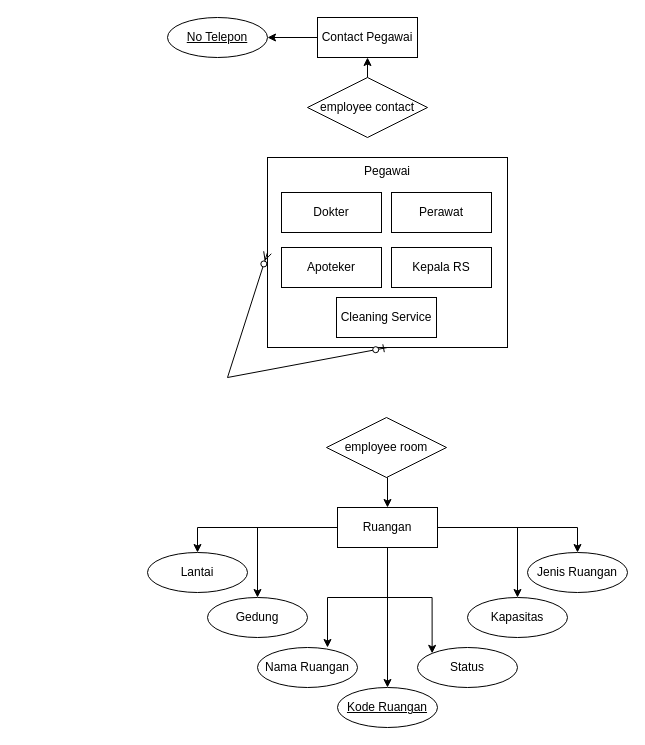
lsawfa/ERD-BasisData keeps this draw.io diagram as Diagram Tanpa Judul.drawio. Above is the earlier version. Source tidied: cells renumbered, new cells numbered last; positions are measured from the earlier drawing's top-left corner, leaving out a move shared by most shapes. Both pictures are drawn from the tidied source at 100%, with x=0, y=0 at pixel (147, 17).
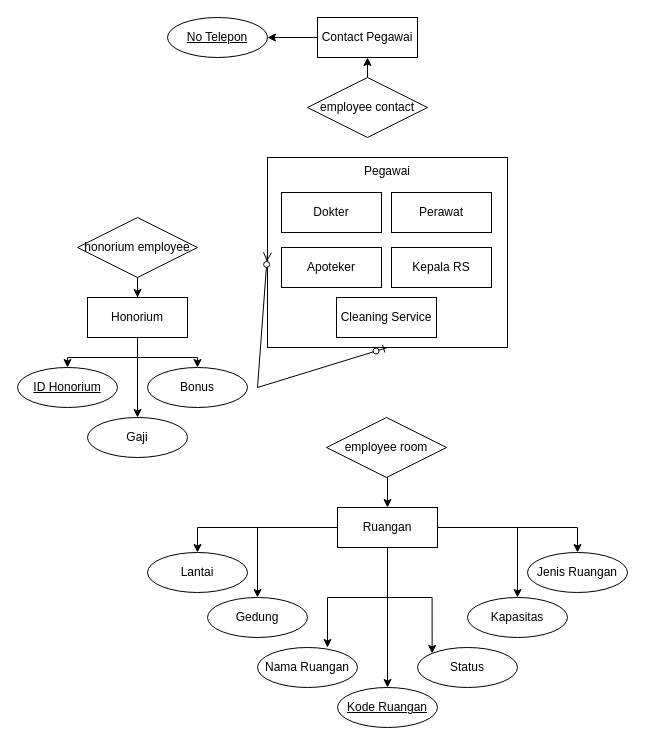
Above is the later version.

The change refers to these unchanged cells:
```xml
<mxCell id="2" value="Pegawai" style="whiteSpace=wrap;html=1;align=center;verticalAlign=top;" parent="1" vertex="1">
  <mxGeometry x="120" y="140" width="240" height="190" as="geometry" />
</mxCell>
```

The edit, as a diff of the source:
```diff
@@
     <mxCell id="8" style="edgeStyle=entityRelationEdgeStyle;fontSize=12;html=1;endArrow=ERzeroToMany;startArrow=ERzeroToOne;rounded=0;exitX=0.5;exitY=1;exitDx=0;exitDy=0;entryX=0;entryY=0.5;entryDx=0;entryDy=0;" parent="1" edge="1" source="2" target="2">
       <mxGeometry relative="1" as="geometry">
         <Array as="points">
-          <mxPoint x="80" y="360" />
+          <mxPoint x="110" y="370" />
         </Array>
       </mxGeometry>
     </mxCell>
@@
+    <mxCell id="31" style="edgeStyle=orthogonalEdgeStyle;rounded=0;jettySize=auto;html=1;" parent="1" edge="1" source="32" target="36">
+      <mxGeometry relative="1" as="geometry" />
+    </mxCell>
+    <mxCell id="32" value="honorium employee" style="shape=rhombus;perimeter=rhombusPerimeter;whiteSpace=wrap;html=1;align=center;" parent="1" vertex="1">
+      <mxGeometry x="-70" y="200" width="120" height="60" as="geometry" />
+    </mxCell>
+    <mxCell id="33" style="edgeStyle=orthogonalEdgeStyle;rounded=0;jettySize=auto;html=1;exitX=0.5;exitY=1;exitDx=0;exitDy=0;entryX=0.5;entryY=0;entryDx=0;entryDy=0;" parent="1" edge="1" source="36" target="38">
+      <mxGeometry relative="1" as="geometry" />
+    </mxCell>
+    <mxCell id="34" style="edgeStyle=orthogonalEdgeStyle;rounded=0;jettySize=auto;html=1;entryX=0.5;entryY=0;entryDx=0;entryDy=0;" parent="1" edge="1" source="36" target="37">
+      <mxGeometry relative="1" as="geometry" />
+    </mxCell>
+    <mxCell id="35" style="edgeStyle=orthogonalEdgeStyle;rounded=0;jettySize=auto;html=1;entryX=0.5;entryY=0;entryDx=0;entryDy=0;" parent="1" edge="1" source="36" target="39">
+      <mxGeometry relative="1" as="geometry" />
+    </mxCell>
+    <mxCell id="36" value="Honorium" style="whiteSpace=wrap;html=1;align=center;" parent="1" vertex="1">
+      <mxGeometry x="-60" y="280" width="100" height="40" as="geometry" />
+    </mxCell>
+    <mxCell id="37" value="ID Honorium" style="ellipse;whiteSpace=wrap;html=1;align=center;fontStyle=4;" parent="1" vertex="1">
+      <mxGeometry x="-130" y="350" width="100" height="40" as="geometry" />
+    </mxCell>
+    <mxCell id="38" value="Gaji" style="ellipse;whiteSpace=wrap;html=1;align=center;" parent="1" vertex="1">
+      <mxGeometry x="-60" y="400" width="100" height="40" as="geometry" />
+    </mxCell>
+    <mxCell id="39" value="Bonus" style="ellipse;whiteSpace=wrap;html=1;align=center;" parent="1" vertex="1">
+      <mxGeometry y="350" width="100" height="40" as="geometry" />
+    </mxCell>
```
